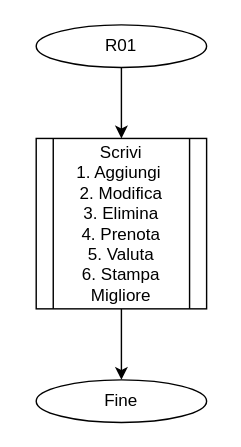
The draw.io diagram page "R01" (1 of 7) of Diagramma senza titolo.drawio in kelvinsrcn/Demo, before the edit. Source tidied: cells renumbered, new cells numbered last; positions are measured from the earlier drawing's top-left corner, leaving out a move shared by most shapes. Both pictures are drawn from the tidied source at 142%, with x=0, y=0 at pixel (36, 24).
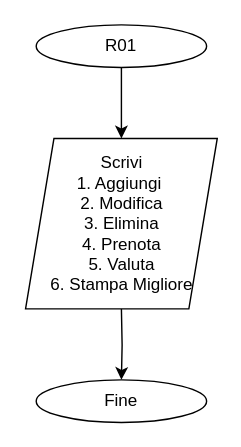
Above is the later version.

What changed in the source:
```diff
@@
 <mxGraphModel>
   <root>
     <mxCell id="0" />
     <mxCell id="1" parent="0" />
-    <mxCell id="2" style="edgeStyle=orthogonalEdgeStyle;rounded=0;jettySize=auto;html=1;" parent="1" edge="1" source="3" target="6">
-      <mxGeometry relative="1" as="geometry" />
+    <mxCell id="2" style="edgeStyle=orthogonalEdgeStyle;rounded=0;jettySize=auto;html=1;" parent="1" edge="1" source="3">
+      <mxGeometry relative="1" as="geometry">
+        <mxPoint x="60" y="80" as="targetPoint" />
+      </mxGeometry>
     </mxCell>
     <mxCell id="3" value="R01" style="ellipse;whiteSpace=wrap;html=1;" parent="1" vertex="1">
       <mxGeometry width="120" height="30" as="geometry" />
     </mxCell>
     <mxCell id="4" value="Fine" style="ellipse;whiteSpace=wrap;html=1;" parent="1" vertex="1">
       <mxGeometry y="250" width="120" height="30" as="geometry" />
     </mxCell>
-    <mxCell id="5" style="edgeStyle=orthogonalEdgeStyle;rounded=0;jettySize=auto;html=1;entryX=0.5;entryY=0;entryDx=0;entryDy=0;" parent="1" edge="1" source="6" target="4">
-      <mxGeometry relative="1" as="geometry" />
+    <mxCell id="5" style="edgeStyle=orthogonalEdgeStyle;rounded=0;jettySize=auto;html=1;entryX=0.5;entryY=0;entryDx=0;entryDy=0;" parent="1" edge="1" target="4">
+      <mxGeometry relative="1" as="geometry">
+        <mxPoint x="60" y="200" as="sourcePoint" />
+      </mxGeometry>
     </mxCell>
-    <mxCell id="6" value="Scrivi&lt;br&gt;1. Aggiungi&amp;nbsp;&lt;br&gt;2. Modifica&lt;br&gt;3. Elimina&lt;br&gt;4. Prenota&lt;br&gt;5. Valuta&lt;br&gt;6. Stampa Migliore" style="shape=process;whiteSpace=wrap;html=1;backgroundOutline=1;" parent="1" vertex="1">
-      <mxGeometry y="80" width="120" height="120" as="geometry" />
+    <mxCell id="6" value="Scrivi&lt;br&gt;1. Aggiungi&amp;nbsp;&lt;br&gt;2. Modifica&lt;br&gt;3. Elimina&lt;br&gt;4. Prenota&lt;br&gt;5. Valuta&lt;br&gt;6. Stampa Migliore" style="shape=parallelogram;perimeter=parallelogramPerimeter;whiteSpace=wrap;html=1;fixedSize=1;" parent="1" vertex="1">
+      <mxGeometry x="-7.5" y="80" width="135" height="120" as="geometry" />
     </mxCell>
   </root>
 </mxGraphModel>
```
